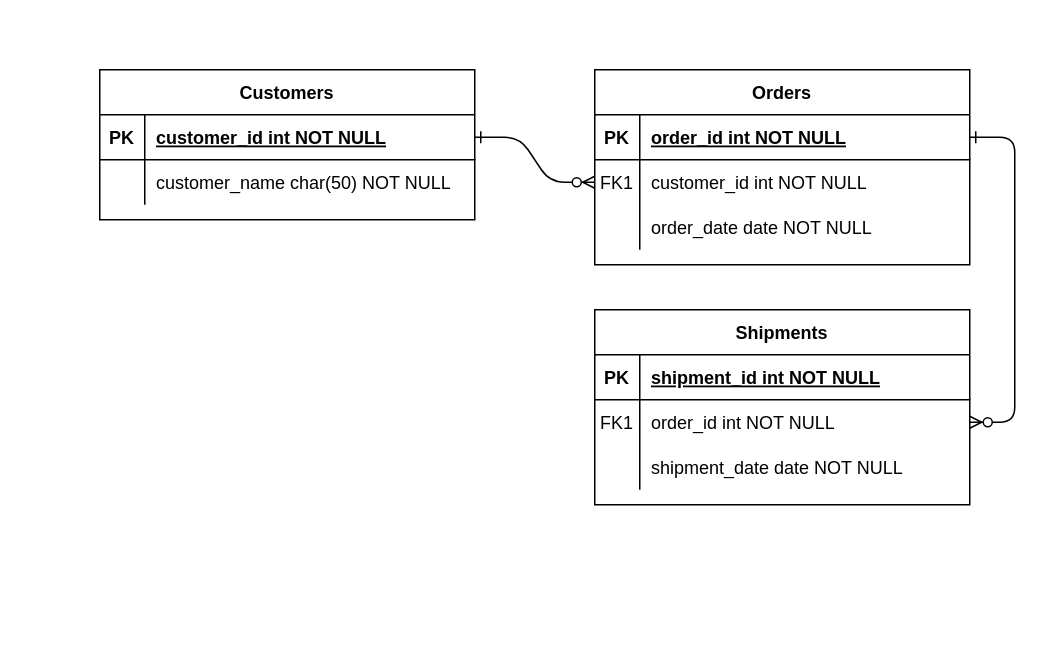
This is SQL/Untitled Diagram.drawio from hellsmenser/avicomTestChallange, a draw.io file, before an edit. Source tidied: cells renumbered, new cells numbered last; positions are measured from the earlier drawing's top-left corner, leaving out a move shared by most shapes. Both pictures are drawn from the tidied source at 150%, with x=0, y=0 at pixel (99, 69).
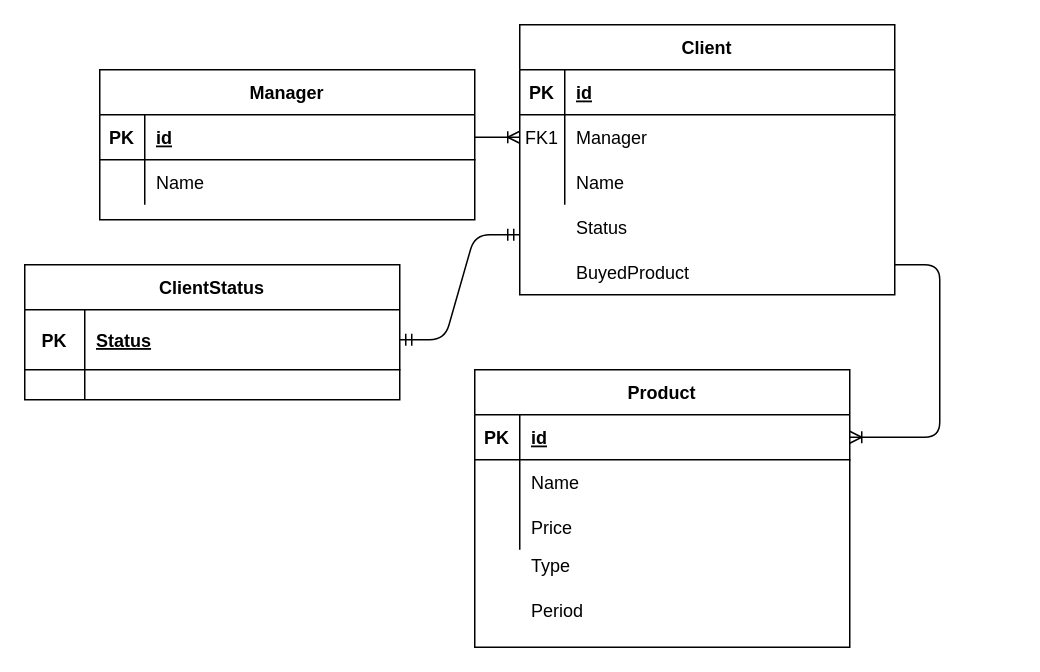
The same diagram, later.

Unchanged cells that the change refers to:
```xml
<mxCell id="5" style="shape=partialRectangle;fillColor=none;points=[[0,0.5],[1,0.5]];portConstraint=eastwest;top=0;left=0;right=0;bottom=1;" parent="4" vertex="1">
  <mxGeometry y="30" width="250" height="30" as="geometry" />
</mxCell>
<mxCell id="8" style="shape=partialRectangle;fillColor=none;points=[[0,0.5],[1,0.5]];portConstraint=eastwest;top=0;left=0;right=0;bottom=0;" parent="4" vertex="1">
  <mxGeometry y="60" width="250" height="30" as="geometry" />
</mxCell>
<mxCell id="11" style="shape=partialRectangle;fillColor=none;top=0;left=0;right=0;bottom=0;" parent="4" vertex="1">
  <mxGeometry y="90" width="250" height="30" as="geometry" />
</mxCell>
<mxCell id="15" style="shape=partialRectangle;fillColor=none;points=[[0,0.5],[1,0.5]];portConstraint=eastwest;top=0;left=0;right=0;bottom=1;" parent="14" vertex="1">
  <mxGeometry y="30" width="250" height="30" as="geometry" />
</mxCell>
<mxCell id="18" style="shape=partialRectangle;fillColor=none;points=[[0,0.5],[1,0.5]];portConstraint=eastwest;top=0;left=0;right=0;bottom=0;" parent="14" vertex="1">
  <mxGeometry y="60" width="250" height="30" as="geometry" />
</mxCell>
<mxCell id="21" style="shape=partialRectangle;fillColor=none;top=0;left=0;right=0;bottom=0;" parent="14" vertex="1">
  <mxGeometry y="90" width="250" height="30" as="geometry" />
</mxCell>
```

What changed in the source:
```diff
@@
+    <mxCell id="24" value="Manager" style="shape=table;startSize=30;childLayout=tableLayout;rowLines=0;fontStyle=1;align=center;" parent="1" vertex="1">
+      <mxGeometry width="250" height="100" as="geometry" />
+    </mxCell>
+    <mxCell id="25" style="shape=partialRectangle;fillColor=none;points=[[0,0.5],[1,0.5]];portConstraint=eastwest;top=0;left=0;right=0;bottom=1;" parent="24" vertex="1">
+      <mxGeometry y="30" width="250" height="30" as="geometry" />
+    </mxCell>
+    <mxCell id="26" value="PK" style="shape=partialRectangle;overflow=hidden;fillColor=none;top=0;left=0;bottom=0;right=0;fontStyle=1;" parent="25" vertex="1">
+      <mxGeometry width="30" height="30" as="geometry" />
+    </mxCell>
+    <mxCell id="27" value="id" style="shape=partialRectangle;overflow=hidden;fillColor=none;top=0;left=0;bottom=0;right=0;align=left;spacingLeft=6;fontStyle=5;" parent="25" vertex="1">
+      <mxGeometry x="30" width="220" height="30" as="geometry" />
+    </mxCell>
+    <mxCell id="28" style="shape=partialRectangle;fillColor=none;top=0;left=0;right=0;bottom=0;" parent="24" vertex="1">
+      <mxGeometry y="60" width="250" height="30" as="geometry" />
+    </mxCell>
+    <mxCell id="29" style="shape=partialRectangle;overflow=hidden;fillColor=none;top=0;left=0;bottom=0;right=0;" parent="28" vertex="1">
+      <mxGeometry width="30" height="30" as="geometry" />
+    </mxCell>
+    <mxCell id="30" value="Name" style="shape=partialRectangle;overflow=hidden;fillColor=none;top=0;left=0;bottom=0;right=0;align=left;spacingLeft=6;" parent="28" vertex="1">
+      <mxGeometry x="30" width="220" height="30" as="geometry" />
+    </mxCell>
-    <mxCell id="2" style="edgeStyle=entityRelationEdgeStyle;endArrow=ERzeroToMany;startArrow=ERone;endFill=1;startFill=0;" parent="1" edge="1" source="25" target="8">
+    <mxCell id="2" style="edgeStyle=entityRelationEdgeStyle;fontSize=12;html=1;endArrow=ERoneToMany;exitX=1;exitY=0.5;exitDx=0;exitDy=0;entryX=0;entryY=0.5;entryDx=0;entryDy=0;" parent="1" edge="1" source="25" target="8">
       <mxGeometry relative="1" as="geometry" />
     </mxCell>
-    <mxCell id="3" style="edgeStyle=entityRelationEdgeStyle;endArrow=ERzeroToMany;startArrow=ERone;endFill=1;startFill=0;" parent="1" edge="1" source="5" target="18">
-      <mxGeometry relative="1" as="geometry" />
-    </mxCell>
+    <mxCell id="31" style="group;" parent="1" vertex="1">
+      <mxGeometry x="280" y="-30" width="250" height="180" as="geometry" />
+    </mxCell>
-    <mxCell id="4" value="Orders" style="shape=table;startSize=30;childLayout=tableLayout;rowLines=0;fontStyle=1;align=center;" parent="1" vertex="1">
-      <mxGeometry x="330" width="250" height="130" as="geometry" />
+    <mxCell id="4" value="Client" style="shape=table;startSize=30;childLayout=tableLayout;rowLines=0;fontStyle=1;align=center;" parent="31" vertex="1">
+      <mxGeometry width="250" height="180" as="geometry" />
     </mxCell>
@@
-    <mxCell id="7" value="order_id int NOT NULL " style="shape=partialRectangle;overflow=hidden;fillColor=none;top=0;left=0;bottom=0;right=0;align=left;spacingLeft=6;fontStyle=5;" parent="5" vertex="1">
+    <mxCell id="7" value="id" style="shape=partialRectangle;overflow=hidden;fillColor=none;top=0;left=0;bottom=0;right=0;align=left;spacingLeft=6;fontStyle=5;" parent="5" vertex="1">
       <mxGeometry x="30" width="220" height="30" as="geometry" />
     </mxCell>
@@
-    <mxCell id="10" value="customer_id int NOT NULL" style="shape=partialRectangle;overflow=hidden;fillColor=none;top=0;left=0;bottom=0;right=0;align=left;spacingLeft=6;" parent="8" vertex="1">
+    <mxCell id="10" value="Manager" style="shape=partialRectangle;overflow=hidden;fillColor=none;top=0;left=0;bottom=0;right=0;align=left;spacingLeft=6;" parent="8" vertex="1">
       <mxGeometry x="30" width="220" height="30" as="geometry" />
     </mxCell>
@@
-    <mxCell id="13" value="order_date date NOT NULL" style="shape=partialRectangle;overflow=hidden;fillColor=none;top=0;left=0;bottom=0;right=0;align=left;spacingLeft=6;" parent="11" vertex="1">
+    <mxCell id="13" value="Name" style="shape=partialRectangle;overflow=hidden;fillColor=none;top=0;left=0;bottom=0;right=0;align=left;spacingLeft=6;" parent="11" vertex="1">
       <mxGeometry x="30" width="220" height="30" as="geometry" />
     </mxCell>
+    <mxCell id="32" value="Status" style="shape=partialRectangle;overflow=hidden;fillColor=none;top=0;left=0;bottom=0;right=0;align=left;spacingLeft=6;" parent="31" vertex="1">
+      <mxGeometry x="30" y="120" width="220" height="30" as="geometry" />
+    </mxCell>
+    <mxCell id="33" value="BuyedProduct" style="shape=partialRectangle;overflow=hidden;fillColor=none;top=0;left=0;bottom=0;right=0;align=left;spacingLeft=6;" parent="31" vertex="1">
+      <mxGeometry x="30" y="150" width="220" height="30" as="geometry" />
+    </mxCell>
+    <mxCell id="34" style="shape=partialRectangle;overflow=hidden;fillColor=none;top=0;left=0;bottom=0;right=0;" parent="31" vertex="1">
+      <mxGeometry y="90" width="30" height="30" as="geometry" />
+    </mxCell>
+    <mxCell id="35" style="shape=partialRectangle;overflow=hidden;fillColor=none;top=0;left=0;bottom=0;right=0;" parent="31" vertex="1">
+      <mxGeometry y="120" width="30" height="30" as="geometry" />
+    </mxCell>
+    <mxCell id="36" style="shape=partialRectangle;overflow=hidden;fillColor=none;top=0;left=0;bottom=0;right=0;" parent="31" vertex="1">
+      <mxGeometry y="150" width="30" height="30" as="geometry" />
+    </mxCell>
+    <mxCell id="37" style="group;" parent="1" vertex="1">
+      <mxGeometry x="250" y="200" width="250" height="185" as="geometry" />
+    </mxCell>
-    <mxCell id="14" value="Shipments" style="shape=table;startSize=30;childLayout=tableLayout;rowLines=0;fontStyle=1;align=center;" parent="1" vertex="1">
-      <mxGeometry x="330" y="160" width="250" height="130" as="geometry" />
+    <mxCell id="14" value="Product" style="shape=table;startSize=30;childLayout=tableLayout;rowLines=0;fontStyle=1;align=center;" parent="37" vertex="1">
+      <mxGeometry width="250" height="185" as="geometry" />
     </mxCell>
@@
-    <mxCell id="17" value="shipment_id int NOT NULL " style="shape=partialRectangle;overflow=hidden;fillColor=none;top=0;left=0;bottom=0;right=0;align=left;spacingLeft=6;fontStyle=5;" parent="15" vertex="1">
+    <mxCell id="17" value="id" style="shape=partialRectangle;overflow=hidden;fillColor=none;top=0;left=0;bottom=0;right=0;align=left;spacingLeft=6;fontStyle=5;" parent="15" vertex="1">
       <mxGeometry x="30" width="220" height="30" as="geometry" />
     </mxCell>
@@
-    <mxCell id="19" value="FK1" style="shape=partialRectangle;overflow=hidden;fillColor=none;top=0;left=0;bottom=0;right=0;" parent="18" vertex="1">
+    <mxCell id="19" style="shape=partialRectangle;overflow=hidden;fillColor=none;top=0;left=0;bottom=0;right=0;" parent="18" vertex="1">
       <mxGeometry width="30" height="30" as="geometry" />
     </mxCell>
-    <mxCell id="20" value="order_id int NOT NULL" style="shape=partialRectangle;overflow=hidden;fillColor=none;top=0;left=0;bottom=0;right=0;align=left;spacingLeft=6;" parent="18" vertex="1">
+    <mxCell id="20" value="Name" style="shape=partialRectangle;overflow=hidden;fillColor=none;top=0;left=0;bottom=0;right=0;align=left;spacingLeft=6;" parent="18" vertex="1">
       <mxGeometry x="30" width="220" height="30" as="geometry" />
     </mxCell>
@@
-    <mxCell id="23" value="shipment_date date NOT NULL" style="shape=partialRectangle;overflow=hidden;fillColor=none;top=0;left=0;bottom=0;right=0;align=left;spacingLeft=6;" parent="21" vertex="1">
+    <mxCell id="23" value="Price" style="shape=partialRectangle;overflow=hidden;fillColor=none;top=0;left=0;bottom=0;right=0;align=left;spacingLeft=6;" parent="21" vertex="1">
       <mxGeometry x="30" width="220" height="30" as="geometry" />
     </mxCell>
-    <mxCell id="24" value="Customers" style="shape=table;startSize=30;childLayout=tableLayout;rowLines=0;fontStyle=1;align=center;" parent="1" vertex="1">
-      <mxGeometry width="250" height="100" as="geometry" />
-    </mxCell>
-    <mxCell id="25" style="shape=partialRectangle;fillColor=none;points=[[0,0.5],[1,0.5]];portConstraint=eastwest;top=0;left=0;right=0;bottom=1;" parent="24" vertex="1">
-      <mxGeometry y="30" width="250" height="30" as="geometry" />
-    </mxCell>
-    <mxCell id="26" value="PK" style="shape=partialRectangle;overflow=hidden;fillColor=none;top=0;left=0;bottom=0;right=0;fontStyle=1;" parent="25" vertex="1">
-      <mxGeometry width="30" height="30" as="geometry" />
-    </mxCell>
-    <mxCell id="27" value="customer_id int NOT NULL " style="shape=partialRectangle;overflow=hidden;fillColor=none;top=0;left=0;bottom=0;right=0;align=left;spacingLeft=6;fontStyle=5;" parent="25" vertex="1">
-      <mxGeometry x="30" width="220" height="30" as="geometry" />
-    </mxCell>
-    <mxCell id="28" style="shape=partialRectangle;fillColor=none;top=0;left=0;right=0;bottom=0;" parent="24" vertex="1">
-      <mxGeometry y="60" width="250" height="30" as="geometry" />
-    </mxCell>
-    <mxCell id="29" style="shape=partialRectangle;overflow=hidden;fillColor=none;top=0;left=0;bottom=0;right=0;" parent="28" vertex="1">
-      <mxGeometry width="30" height="30" as="geometry" />
-    </mxCell>
-    <mxCell id="30" value="customer_name char(50) NOT NULL" style="shape=partialRectangle;overflow=hidden;fillColor=none;top=0;left=0;bottom=0;right=0;align=left;spacingLeft=6;" parent="28" vertex="1">
-      <mxGeometry x="30" width="220" height="30" as="geometry" />
-    </mxCell>
+    <mxCell id="38" value="Type" style="shape=partialRectangle;overflow=hidden;fillColor=none;top=0;left=0;bottom=0;right=0;align=left;spacingLeft=6;" parent="37" vertex="1">
+      <mxGeometry x="30" y="115" width="220" height="30" as="geometry" />
+    </mxCell>
+    <mxCell id="39" value="Period" style="shape=partialRectangle;overflow=hidden;fillColor=none;top=0;left=0;bottom=0;right=0;align=left;spacingLeft=6;" parent="37" vertex="1">
+      <mxGeometry x="30" y="145" width="220" height="30" as="geometry" />
+    </mxCell>
+    <mxCell id="40" style="group;" parent="1" vertex="1">
+      <mxGeometry x="-50" y="130" width="250" height="120" as="geometry" />
+    </mxCell>
+    <mxCell id="41" value="ClientStatus" style="shape=table;startSize=30;childLayout=tableLayout;rowLines=0;fontStyle=1;align=center;" parent="40" vertex="1">
+      <mxGeometry width="250" height="90" as="geometry" />
+    </mxCell>
+    <mxCell id="42" style="shape=partialRectangle;fillColor=none;points=[[0,0.5],[1,0.5]];portConstraint=eastwest;top=0;left=0;right=0;bottom=1;" parent="41" vertex="1">
+      <mxGeometry y="30" width="250" height="40" as="geometry" />
+    </mxCell>
+    <mxCell id="43" value="PK" style="shape=partialRectangle;overflow=hidden;fillColor=none;top=0;left=0;bottom=0;right=0;fontStyle=1;" parent="42" vertex="1">
+      <mxGeometry width="40" height="40" as="geometry" />
+    </mxCell>
+    <mxCell id="44" value="Status" style="shape=partialRectangle;overflow=hidden;fillColor=none;top=0;left=0;bottom=0;right=0;align=left;spacingLeft=6;fontStyle=5;" parent="42" vertex="1">
+      <mxGeometry x="40" width="210" height="40" as="geometry" />
+    </mxCell>
+    <mxCell id="45" style="shape=partialRectangle;fillColor=none;top=0;left=0;right=0;bottom=0;" parent="41" vertex="1">
+      <mxGeometry y="70" width="250" height="20" as="geometry" />
+    </mxCell>
+    <mxCell id="46" style="shape=partialRectangle;overflow=hidden;fillColor=none;top=0;left=0;bottom=0;right=0;" parent="45" vertex="1">
+      <mxGeometry width="40" height="20" as="geometry" />
+    </mxCell>
+    <mxCell id="47" style="shape=partialRectangle;overflow=hidden;fillColor=none;top=0;left=0;bottom=0;right=0;align=left;spacingLeft=6;" parent="45" vertex="1">
+      <mxGeometry x="40" width="210" height="20" as="geometry" />
+    </mxCell>
+    <mxCell id="48" style="edgeStyle=entityRelationEdgeStyle;fontSize=12;html=1;endArrow=ERmandOne;startArrow=ERmandOne;exitX=1;exitY=0.5;exitDx=0;exitDy=0;" parent="1" edge="1" source="42">
+      <mxGeometry relative="1" as="geometry">
+        <mxPoint x="280" y="110" as="targetPoint" />
+      </mxGeometry>
+    </mxCell>
+    <mxCell id="49" style="edgeStyle=entityRelationEdgeStyle;fontSize=12;html=1;endArrow=ERoneToMany;entryX=1;entryY=0.5;entryDx=0;entryDy=0;" parent="1" edge="1" target="15">
+      <mxGeometry relative="1" as="geometry">
+        <mxPoint x="530" y="130" as="sourcePoint" />
+      </mxGeometry>
+    </mxCell>
```
